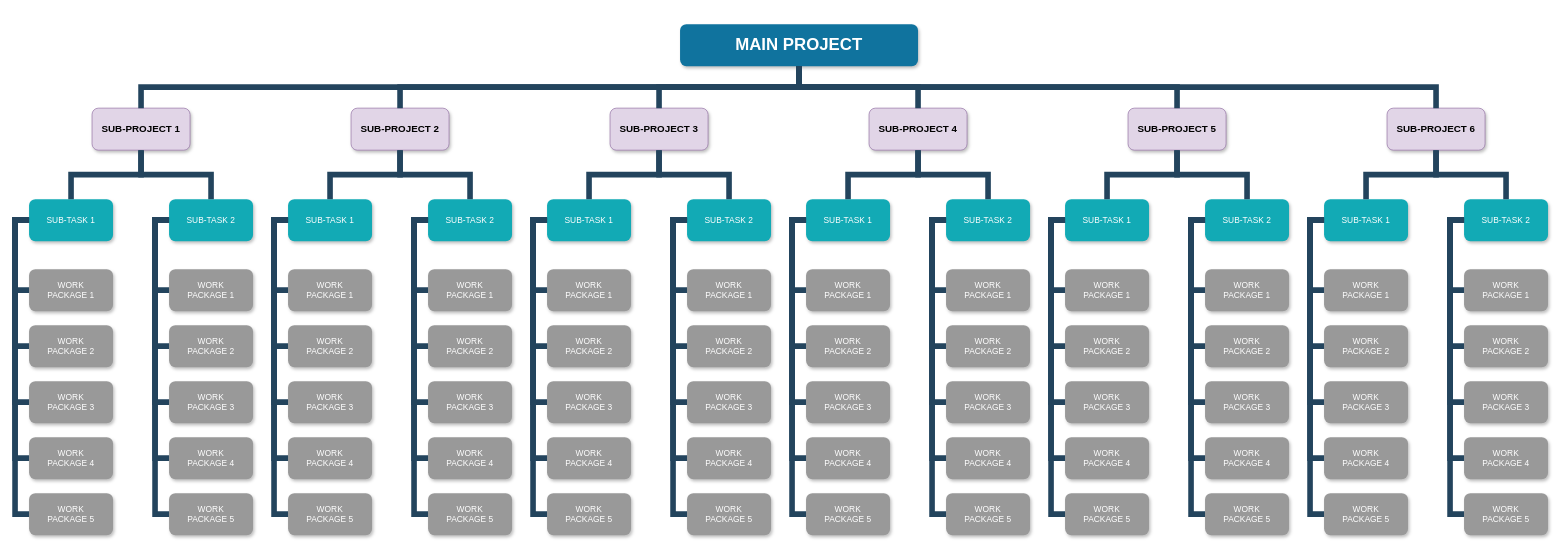
rovinyawijeramaofficial/ResearchProposalReport keeps this draw.io diagram as Untitled Diagram.drawio. Above is the earlier version. Source tidied: cells renumbered, new cells numbered last; positions are measured from the earlier drawing's top-left corner, leaving out a move shared by most shapes. Both pictures are drawn from the tidied source at 70%, with x=0, y=0 at pixel (15, 24).
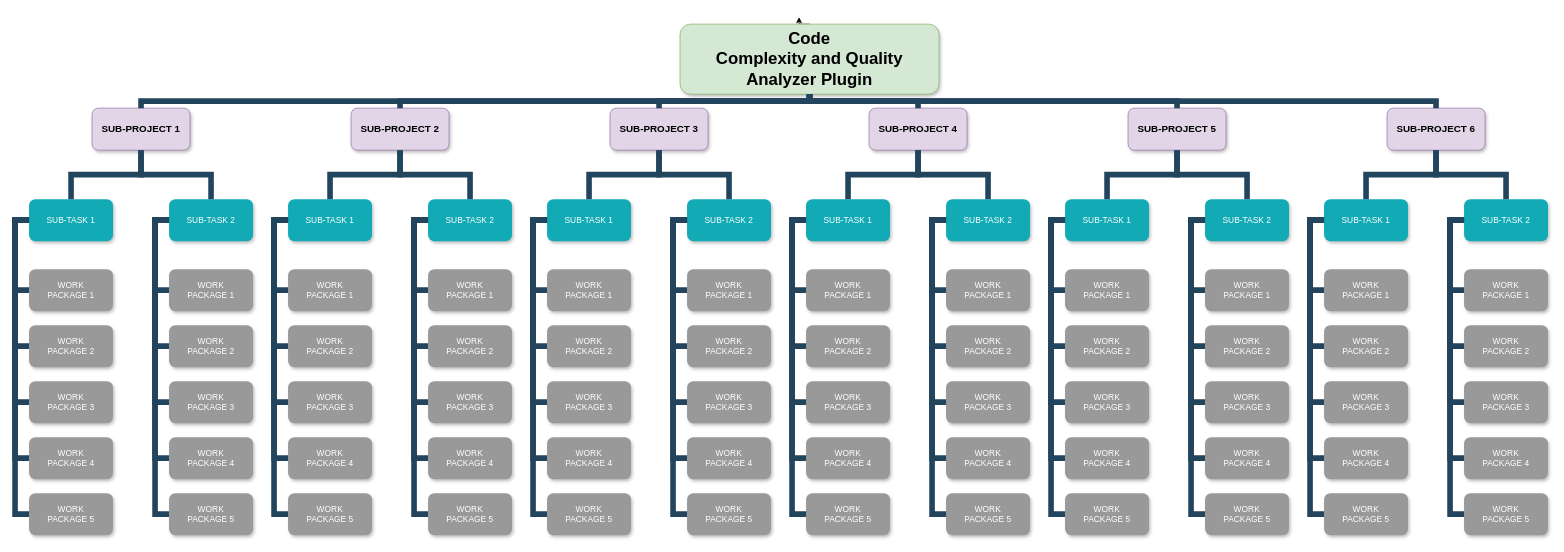
The same diagram, later.

Change to the diagram source:
```diff
@@
+    <mxCell id="159" style="edgeStyle=orthogonalEdgeStyle;rounded=0;jettySize=auto;html=1;exitX=1;exitY=0.5;exitDx=0;exitDy=0;" parent="1" edge="1" source="2">
+      <mxGeometry relative="1" as="geometry">
+        <mxPoint x="1310" y="30" as="targetPoint" />
+      </mxGeometry>
+    </mxCell>
+    <mxCell id="160" style="edgeStyle=orthogonalEdgeStyle;rounded=0;jettySize=auto;html=1;exitX=0.5;exitY=0;exitDx=0;exitDy=0;" parent="1" edge="1" source="2">
+      <mxGeometry relative="1" as="geometry">
+        <mxPoint x="1120" y="-10" as="targetPoint" />
+      </mxGeometry>
+    </mxCell>
-    <mxCell id="2" value="MAIN PROJECT" style="whiteSpace=wrap;rounded=1;shadow=1;fillColor=#10739E;strokeColor=none;fontColor=#FFFFFF;fontStyle=1;fontSize=24;" parent="1" vertex="1">
-      <mxGeometry x="950" width="340" height="60" as="geometry" />
+    <mxCell id="2" value="Code&#10;Complexity and Quality Analyzer Plugin" style="whiteSpace=wrap;rounded=1;shadow=1;fillColor=#d5e8d4;strokeColor=#82b366;fontStyle=1;fontSize=24;" parent="1" vertex="1">
+      <mxGeometry x="950" width="370" height="100" as="geometry" />
     </mxCell>
```
